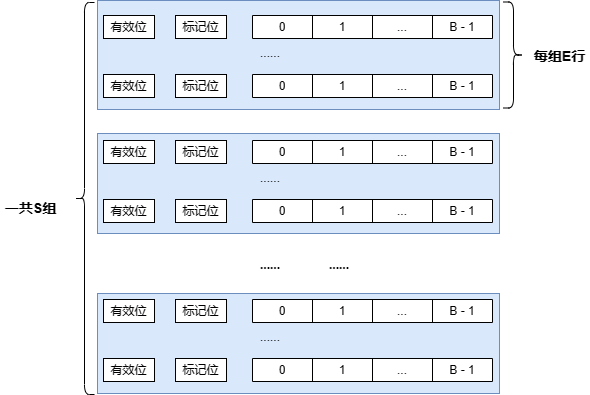
SixPlusAndTimes/drawio keeps this draw.io diagram as OS/Cache相关.drawio.png. Above is the earlier version. Source tidied: cells renumbered, new cells last; positions are measured from the earlier drawing's top-left corner, leaving out a move shared by most shapes.
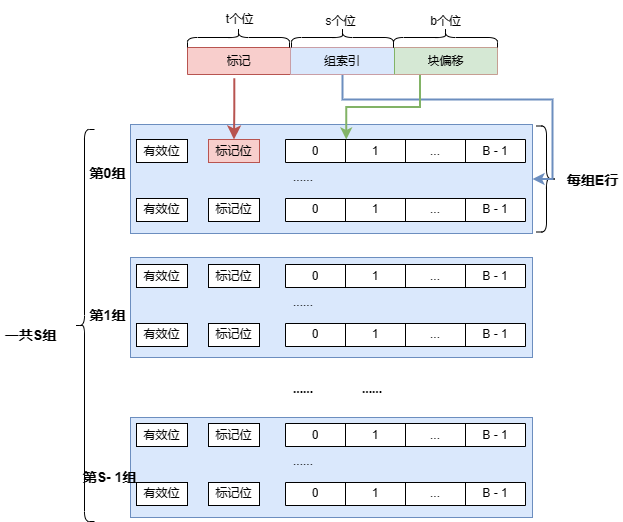
After the change.

Diff of the diagram source:
```diff
@@ -14,7 +14,7 @@
     <mxCell id="5" value="有效位" style="rounded=0;whiteSpace=wrap;html=1;" parent="1" vertex="1">
       <mxGeometry x="103" y="15" width="51" height="23" as="geometry" />
     </mxCell>
-    <mxCell id="6" value="标记位" style="rounded=0;whiteSpace=wrap;html=1;" parent="1" vertex="1">
+    <mxCell id="6" value="标记位" style="rounded=0;whiteSpace=wrap;html=1;fillColor=#f8cecc;strokeColor=#b85450;" parent="1" vertex="1">
       <mxGeometry x="175" y="15" width="51" height="23" as="geometry" />
     </mxCell>
     <mxCell id="7" style="shape=table;startSize=0;" parent="1" vertex="1">
@@ -177,10 +177,61 @@
       <mxGeometry x="529" y="33" width="60" height="40" as="geometry" />
     </mxCell>
     <mxCell id="60" style="shape=curlyBracket;whiteSpace=wrap;html=1;rounded=1;labelPosition=left;verticalLabelPosition=middle;align=right;verticalAlign=middle;" parent="1" vertex="1">
-      <mxGeometry x="74" y="2" width="20" height="392" as="geometry" />
+      <mxGeometry x="41" y="5" width="20" height="392" as="geometry" />
     </mxCell>
     <mxCell id="61" value="&lt;font style=&quot;font-size: 14px;&quot;&gt;一共S组&lt;/font&gt;" style="text;strokeColor=none;fillColor=none;html=1;fontSize=24;fontStyle=1;verticalAlign=middle;align=center;" parent="1" vertex="1">
-      <mxGeometry y="185" width="60" height="40" as="geometry" />
+      <mxGeometry x="-33" y="188" width="60" height="40" as="geometry" />
     </mxCell>
+    <mxCell id="62" style="edgeStyle=orthogonalEdgeStyle;rounded=0;jettySize=auto;html=1;exitX=0.5;exitY=1;exitDx=0;exitDy=0;entryX=1;entryY=0.5;entryDx=0;entryDy=0;strokeWidth=2;fillColor=#dae8fc;strokeColor=#6c8ebf;" parent="1" edge="1" source="64" target="4">
+      <mxGeometry relative="1" as="geometry" />
+    </mxCell>
+    <mxCell id="63" style="edgeStyle=orthogonalEdgeStyle;rounded=0;jettySize=auto;html=1;exitX=0.75;exitY=1;exitDx=0;exitDy=0;entryX=0.253;entryY=0;entryDx=0;entryDy=0;entryPerimeter=0;fillColor=#d5e8d4;strokeColor=#82b366;strokeWidth=2;" parent="1" edge="1" source="64" target="8">
+      <mxGeometry relative="1" as="geometry" />
+    </mxCell>
+    <mxCell id="64" style="shape=table;startSize=0;fillColor=#f8cecc;strokeColor=#b85450;" parent="1" vertex="1">
+      <mxGeometry x="154" y="-77" width="310" height="27" as="geometry" />
+    </mxCell>
+    <mxCell id="65" style="shape=tableRow;horizontal=0;startSize=0;swimlaneHead=0;swimlaneBody=0;strokeColor=inherit;top=0;left=0;bottom=0;right=0;fillColor=none;points=[[0,0.5],[1,0.5]];portConstraint=eastwest;" parent="64" vertex="1">
+      <mxGeometry width="310" height="27" as="geometry" />
+    </mxCell>
+    <mxCell id="66" value="标记" style="shape=partialRectangle;html=1;whiteSpace=wrap;strokeColor=inherit;overflow=hidden;fillColor=none;top=0;left=0;bottom=0;right=0;" parent="65" vertex="1">
+      <mxGeometry width="103" height="27" as="geometry" />
+    </mxCell>
+    <mxCell id="67" value="组索引" style="shape=partialRectangle;html=1;whiteSpace=wrap;strokeColor=#6c8ebf;overflow=hidden;fillColor=#dae8fc;top=0;left=0;bottom=0;right=0;" parent="65" vertex="1">
+      <mxGeometry x="103" width="104" height="27" as="geometry" />
+    </mxCell>
+    <mxCell id="68" value="块偏移" style="shape=partialRectangle;html=1;whiteSpace=wrap;strokeColor=#82b366;overflow=hidden;fillColor=#d5e8d4;top=0;left=1;bottom=0;right=0;" parent="65" vertex="1">
+      <mxGeometry x="207" width="103" height="27" as="geometry" />
+    </mxCell>
+    <mxCell id="69" value="&lt;font style=&quot;font-size: 14px;&quot;&gt;第0组&lt;/font&gt;" style="text;strokeColor=none;fillColor=none;html=1;fontSize=24;fontStyle=1;verticalAlign=middle;align=center;" parent="1" vertex="1">
+      <mxGeometry x="41" y="3" width="65" height="85.5" as="geometry" />
+    </mxCell>
+    <mxCell id="70" value="&lt;font style=&quot;font-size: 14px;&quot;&gt;第1组&lt;/font&gt;" style="text;strokeColor=none;fillColor=none;html=1;fontSize=24;fontStyle=1;verticalAlign=middle;align=center;" parent="1" vertex="1">
+      <mxGeometry x="41" y="145" width="65" height="85.5" as="geometry" />
+    </mxCell>
+    <mxCell id="71" value="&lt;font style=&quot;font-size: 14px;&quot;&gt;第S- 1组&lt;/font&gt;" style="text;strokeColor=none;fillColor=none;html=1;fontSize=24;fontStyle=1;verticalAlign=middle;align=center;" parent="1" vertex="1">
+      <mxGeometry x="43" y="307.5" width="65" height="85.5" as="geometry" />
+    </mxCell>
+    <mxCell id="72" style="edgeStyle=elbowEdgeStyle;elbow=vertical;endArrow=classic;html=1;curved=0;rounded=0;endSize=8;startSize=8;exitX=0.151;exitY=1.137;exitDx=0;exitDy=0;exitPerimeter=0;entryX=0.5;entryY=0;entryDx=0;entryDy=0;fillColor=#f8cecc;strokeColor=#b85450;strokeWidth=2;" parent="1" edge="1" source="65" target="6">
+      <mxGeometry relative="1" as="geometry" />
+    </mxCell>
+    <mxCell id="73" style="shape=curlyBracket;whiteSpace=wrap;html=1;rounded=1;labelPosition=left;verticalLabelPosition=middle;align=right;verticalAlign=middle;rotation=90;" parent="1" vertex="1">
+      <mxGeometry x="195" y="-138" width="20" height="102" as="geometry" />
+    </mxCell>
+    <mxCell id="74" style="shape=curlyBracket;whiteSpace=wrap;html=1;rounded=1;labelPosition=left;verticalLabelPosition=middle;align=right;verticalAlign=middle;rotation=90;" parent="1" vertex="1">
+      <mxGeometry x="299" y="-138" width="20" height="102" as="geometry" />
+    </mxCell>
+    <mxCell id="75" style="shape=curlyBracket;whiteSpace=wrap;html=1;rounded=1;labelPosition=left;verticalLabelPosition=middle;align=right;verticalAlign=middle;rotation=90;" parent="1" vertex="1">
+      <mxGeometry x="402" y="-139" width="20" height="104" as="geometry" />
+    </mxCell>
+    <mxCell id="76" value="&lt;font style=&quot;font-size: 12px; font-weight: normal;&quot;&gt;t个位&lt;/font&gt;" style="text;strokeColor=none;fillColor=none;html=1;fontSize=24;fontStyle=1;verticalAlign=middle;align=center;" parent="1" vertex="1">
+      <mxGeometry x="186" y="-119" width="40" height="19" as="geometry" />
+    </mxCell>
+    <mxCell id="77" value="&lt;font style=&quot;font-size: 12px; font-weight: normal;&quot;&gt;s个位&lt;/font&gt;" style="text;strokeColor=none;fillColor=none;html=1;fontSize=24;fontStyle=1;verticalAlign=middle;align=center;" parent="1" vertex="1">
+      <mxGeometry x="287" y="-117" width="40" height="19" as="geometry" />
+    </mxCell>
+    <mxCell id="78" value="&lt;font style=&quot;font-size: 12px; font-weight: normal;&quot;&gt;b个位&lt;/font&gt;" style="text;strokeColor=none;fillColor=none;html=1;fontSize=24;fontStyle=1;verticalAlign=middle;align=center;" parent="1" vertex="1">
+      <mxGeometry x="392" y="-117" width="40" height="19" as="geometry" />
+    </mxCell>
   </root>
 </mxGraphModel>
```
